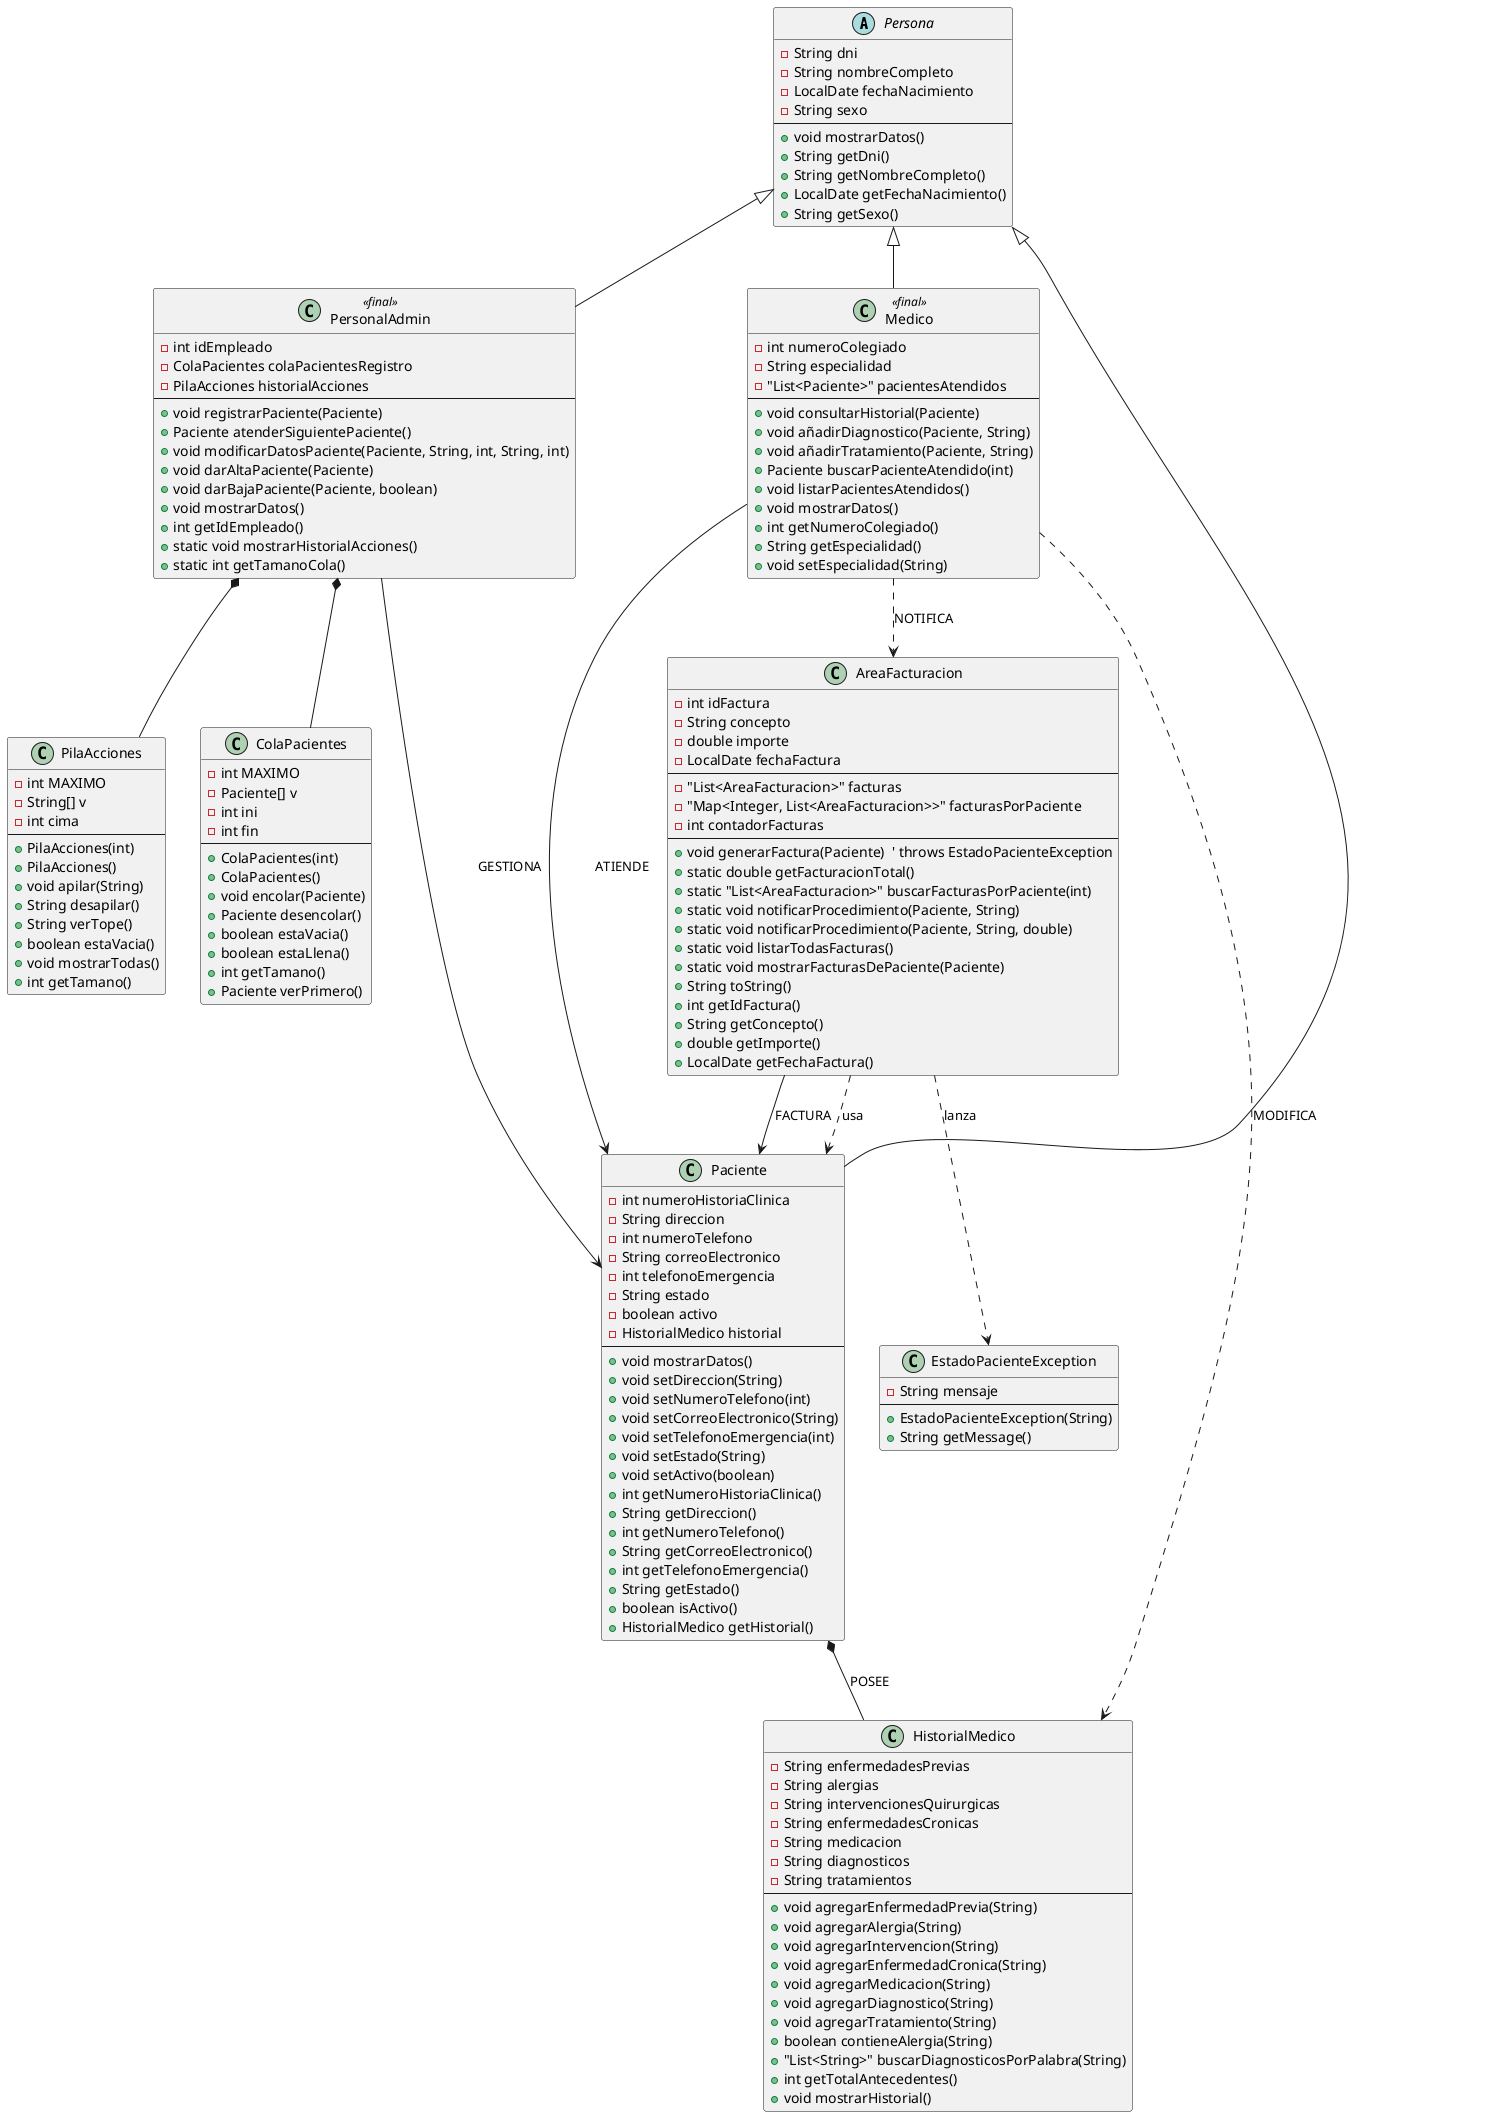
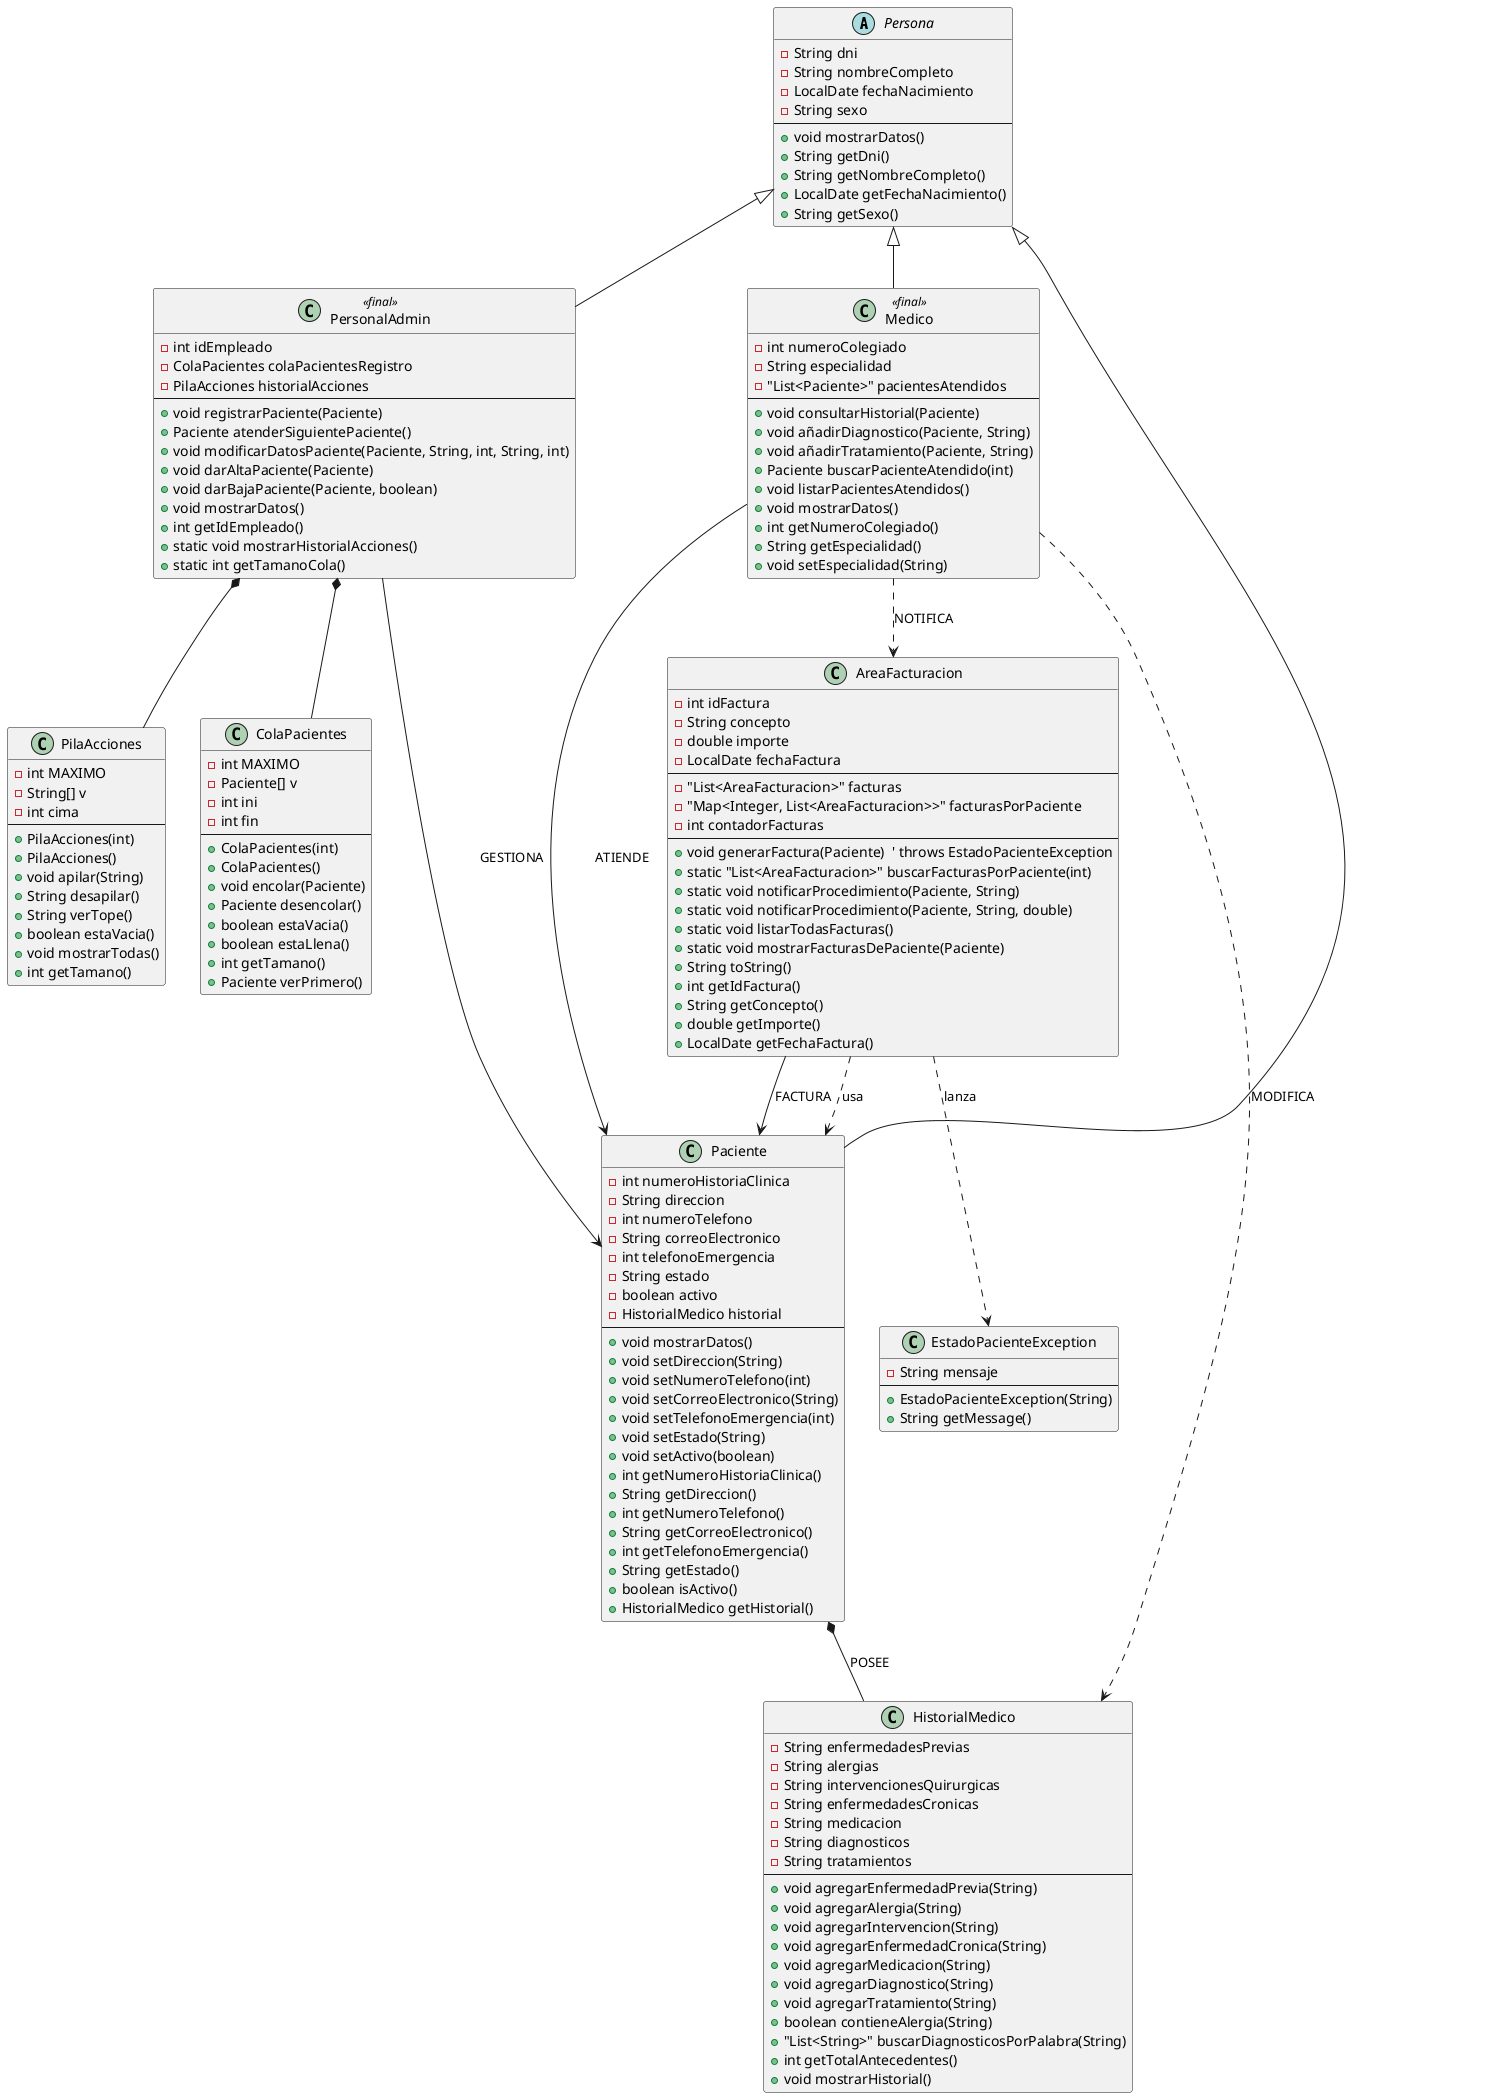
@startuml

' Clase Abstracta Persona

abstract class Persona {
    - String dni
    - String nombreCompleto
    - LocalDate fechaNacimiento
    - String sexo
    --
    + void mostrarDatos()
    + String getDni()
    + String getNombreCompleto()
    + LocalDate getFechaNacimiento()
    + String getSexo()
}

' Clase PersonalAdmin

class PersonalAdmin <<final>> {
    - int idEmpleado
    - ColaPacientes colaPacientesRegistro
    - PilaAcciones historialAcciones
    --
    + void registrarPaciente(Paciente)
    + Paciente atenderSiguientePaciente()
    + void modificarDatosPaciente(Paciente, String, int, String, int)
    + void darAltaPaciente(Paciente)
    + void darBajaPaciente(Paciente, boolean)
    + void mostrarDatos()
    + int getIdEmpleado()
    + static void mostrarHistorialAcciones()
    + static int getTamanoCola()
}

' Clase Interna Pila

class PilaAcciones {
    - int MAXIMO
    - String[] v
    - int cima
    --
    + PilaAcciones(int)
    + PilaAcciones()
    + void apilar(String)
    + String desapilar()
    + String verTope()
    + boolean estaVacia()
    + void mostrarTodas()
    + int getTamano()
}

 ' Clase Interna Cola

class ColaPacientes {
    - int MAXIMO
    - Paciente[] v
    - int ini
    - int fin
    --
    + ColaPacientes(int)
    + ColaPacientes()
    + void encolar(Paciente)
    + Paciente desencolar()
    + boolean estaVacia()
    + boolean estaLlena()
    + int getTamano()
    + Paciente verPrimero()
}

' Clase Medico

class Medico <<final>> {
    - int numeroColegiado
    - String especialidad
    - "List<Paciente>" pacientesAtendidos
    --
    + void consultarHistorial(Paciente)
    + void añadirDiagnostico(Paciente, String)
    + void añadirTratamiento(Paciente, String)
    + Paciente buscarPacienteAtendido(int)
    + void listarPacientesAtendidos()
    + void mostrarDatos()
    + int getNumeroColegiado()
    + String getEspecialidad()
    + void setEspecialidad(String)
}

' Clase Paciente

class Paciente {
    - int numeroHistoriaClinica
    - String direccion
    - int numeroTelefono
    - String correoElectronico
    - int telefonoEmergencia
    - String estado
    - boolean activo
    - HistorialMedico historial
    --
    + void mostrarDatos()
    + void setDireccion(String)
    + void setNumeroTelefono(int)
    + void setCorreoElectronico(String)
    + void setTelefonoEmergencia(int)
    + void setEstado(String)
    + void setActivo(boolean)
    + int getNumeroHistoriaClinica()
    + String getDireccion()
    + int getNumeroTelefono()
    + String getCorreoElectronico()
    + int getTelefonoEmergencia()
    + String getEstado()
    + boolean isActivo()
    + HistorialMedico getHistorial()
}

' Clase Historial

class HistorialMedico {
    - String enfermedadesPrevias
    - String alergias
    - String intervencionesQuirurgicas
    - String enfermedadesCronicas
    - String medicacion
    - String diagnosticos
    - String tratamientos
    --
    + void agregarEnfermedadPrevia(String)
    + void agregarAlergia(String)
    + void agregarIntervencion(String)
    + void agregarEnfermedadCronica(String)
    + void agregarMedicacion(String)
    + void agregarDiagnostico(String)
    + void agregarTratamiento(String)
    + boolean contieneAlergia(String)
    + "List<String>" buscarDiagnosticosPorPalabra(String)
    + int getTotalAntecedentes()
    + void mostrarHistorial()
}

' Clase AreaFacturacion

class AreaFacturacion {
    - int idFactura
    - String concepto
    - double importe
    - LocalDate fechaFactura
    --
    - "List<AreaFacturacion>" facturas
    - "Map<Integer, List<AreaFacturacion>>" facturasPorPaciente
    - int contadorFacturas
    --
    + void generarFactura(Paciente)  ' throws EstadoPacienteException
-     + static double getFacturacionTotal()
    + static "List<AreaFacturacion>" buscarFacturasPorPaciente(int)
    + static void notificarProcedimiento(Paciente, String)
    + static void notificarProcedimiento(Paciente, String, double)
    + static void listarTodasFacturas()
    + static void mostrarFacturasDePaciente(Paciente)
    + String toString()
    + int getIdFactura()
    + String getConcepto()
    + double getImporte()
    + LocalDate getFechaFactura()
}

' Excepcion Personalizada (Clase Separada)

class EstadoPacienteException {
    - String mensaje
    --
    + EstadoPacienteException(String)
    + String getMessage()
}

' Herencias

Persona <|-- PersonalAdmin
Persona <|-- Medico
Persona <|-- Paciente

' Composiciones

Paciente *-- HistorialMedico : POSEE
PersonalAdmin *-- PilaAcciones
PersonalAdmin *-- ColaPacientes

' Asociaciones

PersonalAdmin --> Paciente : GESTIONA
Medico --> Paciente : ATIENDE
AreaFacturacion --> Paciente : FACTURA

' Dependencias

Medico ..> HistorialMedico : MODIFICA
Medico ..> AreaFacturacion : NOTIFICA
AreaFacturacion ..> EstadoPacienteException : lanza
AreaFacturacion ..> Paciente : usa

@enduml
